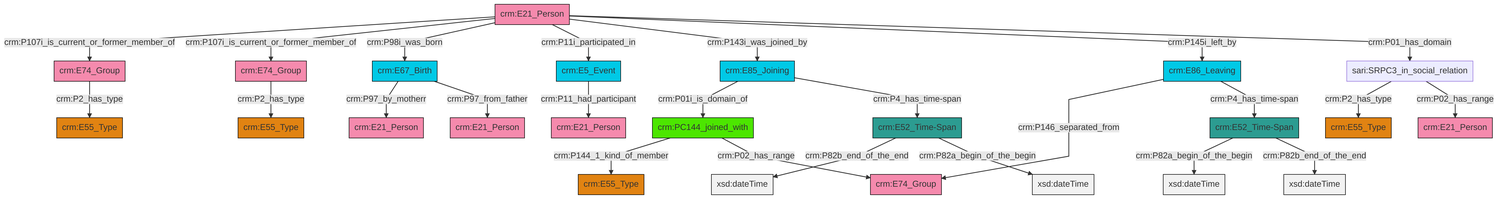
This is et/personCSV/ttl/mmd/png/Person_Actor_Relations.png from swiss-art-research-net/reference-data-models, a Mermaid export, as it was before one commit. Its source is kept beside it as et/personCSV/ttl/mmd/Person_Actor_Relations.ttl.mmd.
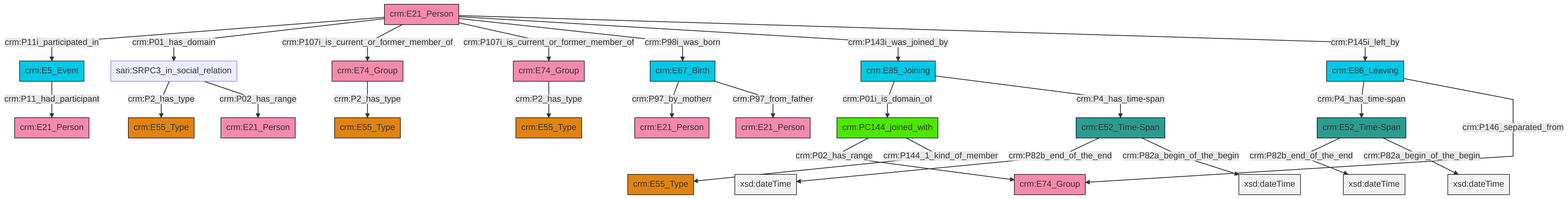
The same diagram one commit later.

What changed in the source:
```diff
@@ -13,27 +13,27 @@
 classDef PC_Classes fill:#4ce600, stroke:#000000;
 classDef Multi fill:#cccccc,stroke:#000000;
 
-2["crm:E86_Leaving"]:::Temporal_Entity -->|crm:P146_separated_from| 3["crm:E74_Group"]:::Actor
-4["crm:E52_Time-Span"]:::Time-Span -->|crm:P82b_end_of_the_end| 5[xsd:dateTime]:::Literal
-7["crm:E21_Person"]:::Actor -->|crm:P107i_is_current_or_former_member_of| 8["crm:E74_Group"]:::Actor
-8["crm:E74_Group"]:::Actor -->|crm:P2_has_type| 9["crm:E55_Type"]:::Type
-7["crm:E21_Person"]:::Actor -->|crm:P107i_is_current_or_former_member_of| 19["crm:E74_Group"]:::Actor
-20["crm:E67_Birth"]:::Temporal_Entity -->|crm:P97_by_motherr| 21["crm:E21_Person"]:::Actor
-22["crm:E85_Joining"]:::Temporal_Entity -->|crm:P01i_is_domain_of| 12["crm:PC144_joined_with"]:::PC_Classes
-12["crm:PC144_joined_with"]:::PC_Classes -->|crm:P144_1_kind_of_member| 0["crm:E55_Type"]:::Type
-2["crm:E86_Leaving"]:::Temporal_Entity -->|crm:P4_has_time-span| 28["crm:E52_Time-Span"]:::Time-Span
-7["crm:E21_Person"]:::Actor -->|crm:P98i_was_born| 20["crm:E67_Birth"]:::Temporal_Entity
-7["crm:E21_Person"]:::Actor -->|crm:P11i_participated_in| 26["crm:E5_Event"]:::Temporal_Entity
-20["crm:E67_Birth"]:::Temporal_Entity -->|crm:P97_from_father| 32["crm:E21_Person"]:::Actor
-10["sari:SRPC3_in_social_relation"]:::Default -->|crm:P2_has_type| 14["crm:E55_Type"]:::Type
-7["crm:E21_Person"]:::Actor -->|crm:P143i_was_joined_by| 22["crm:E85_Joining"]:::Temporal_Entity
-22["crm:E85_Joining"]:::Temporal_Entity -->|crm:P4_has_time-span| 4["crm:E52_Time-Span"]:::Time-Span
-12["crm:PC144_joined_with"]:::PC_Classes -->|crm:P02_has_range| 3["crm:E74_Group"]:::Actor
-19["crm:E74_Group"]:::Actor -->|crm:P2_has_type| 30["crm:E55_Type"]:::Type
-7["crm:E21_Person"]:::Actor -->|crm:P145i_left_by| 2["crm:E86_Leaving"]:::Temporal_Entity
-7["crm:E21_Person"]:::Actor -->|crm:P01_has_domain| 10["sari:SRPC3_in_social_relation"]:::Default
-26["crm:E5_Event"]:::Temporal_Entity -->|crm:P11_had_participant| 36["crm:E21_Person"]:::Actor
-28["crm:E52_Time-Span"]:::Time-Span -->|crm:P82a_begin_of_the_begin| 42[xsd:dateTime]:::Literal
-4["crm:E52_Time-Span"]:::Time-Span -->|crm:P82a_begin_of_the_begin| 45[xsd:dateTime]:::Literal
-10["sari:SRPC3_in_social_relation"]:::Default -->|crm:P02_has_range| 16["crm:E21_Person"]:::Actor
-28["crm:E52_Time-Span"]:::Time-Span -->|crm:P82b_end_of_the_end| 46[xsd:dateTime]:::Literal
+0["crm:E21_Person"]:::Actor -->|crm:P11i_participated_in| 1["crm:E5_Event"]:::Temporal_Entity
+4["crm:E86_Leaving"]:::Temporal_Entity -->|crm:P4_has_time-span| 5["crm:E52_Time-Span"]:::Time-Span
+0["crm:E21_Person"]:::Actor -->|crm:P01_has_domain| 6["sari:SRPC3_in_social_relation"]:::Default
+15["crm:E74_Group"]:::Actor -->|crm:P2_has_type| 2["crm:E55_Type"]:::Type
+6["sari:SRPC3_in_social_relation"]:::Default -->|crm:P2_has_type| 16["crm:E55_Type"]:::Type
+17["crm:E67_Birth"]:::Temporal_Entity -->|crm:P97_by_motherr| 18["crm:E21_Person"]:::Actor
+0["crm:E21_Person"]:::Actor -->|crm:P107i_is_current_or_former_member_of| 15["crm:E74_Group"]:::Actor
+6["sari:SRPC3_in_social_relation"]:::Default -->|crm:P02_has_range| 19["crm:E21_Person"]:::Actor
+0["crm:E21_Person"]:::Actor -->|crm:P107i_is_current_or_former_member_of| 13["crm:E74_Group"]:::Actor
+1["crm:E5_Event"]:::Temporal_Entity -->|crm:P11_had_participant| 7["crm:E21_Person"]:::Actor
+9["crm:E85_Joining"]:::Temporal_Entity -->|crm:P01i_is_domain_of| 23["crm:PC144_joined_with"]:::PC_Classes
+5["crm:E52_Time-Span"]:::Time-Span -->|crm:P82b_end_of_the_end| 28[xsd:dateTime]:::Literal
+0["crm:E21_Person"]:::Actor -->|crm:P98i_was_born| 17["crm:E67_Birth"]:::Temporal_Entity
+9["crm:E85_Joining"]:::Temporal_Entity -->|crm:P4_has_time-span| 31["crm:E52_Time-Span"]:::Time-Span
+0["crm:E21_Person"]:::Actor -->|crm:P143i_was_joined_by| 9["crm:E85_Joining"]:::Temporal_Entity
+23["crm:PC144_joined_with"]:::PC_Classes -->|crm:P02_has_range| 34["crm:E74_Group"]:::Actor
+31["crm:E52_Time-Span"]:::Time-Span -->|crm:P82b_end_of_the_end| 35[xsd:dateTime]:::Literal
+5["crm:E52_Time-Span"]:::Time-Span -->|crm:P82a_begin_of_the_begin| 36[xsd:dateTime]:::Literal
+0["crm:E21_Person"]:::Actor -->|crm:P145i_left_by| 4["crm:E86_Leaving"]:::Temporal_Entity
+13["crm:E74_Group"]:::Actor -->|crm:P2_has_type| 24["crm:E55_Type"]:::Type
+31["crm:E52_Time-Span"]:::Time-Span -->|crm:P82a_begin_of_the_begin| 41[xsd:dateTime]:::Literal
+4["crm:E86_Leaving"]:::Temporal_Entity -->|crm:P146_separated_from| 34["crm:E74_Group"]:::Actor
+23["crm:PC144_joined_with"]:::PC_Classes -->|crm:P144_1_kind_of_member| 11["crm:E55_Type"]:::Type
+17["crm:E67_Birth"]:::Temporal_Entity -->|crm:P97_from_father| 29["crm:E21_Person"]:::Actor
```
